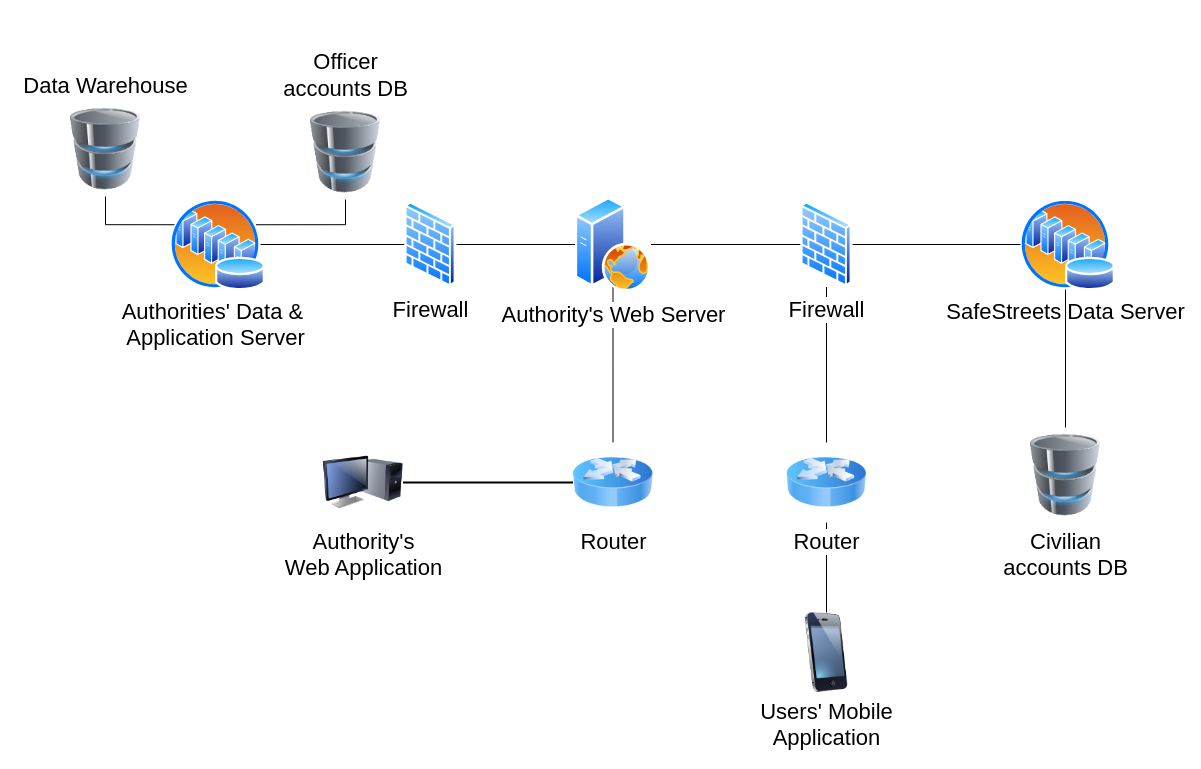
Earlier version of the draw.io diagram DD/Images/highlevel.drawio (marcuz1996/Software-Engineering-Project). Source tidied: cells renumbered, new cells numbered last; positions are measured from the earlier drawing's top-left corner, leaving out a move shared by most shapes. Both pictures are drawn from the tidied source at 100%, with x=0, y=0 at pixel (70, 101).
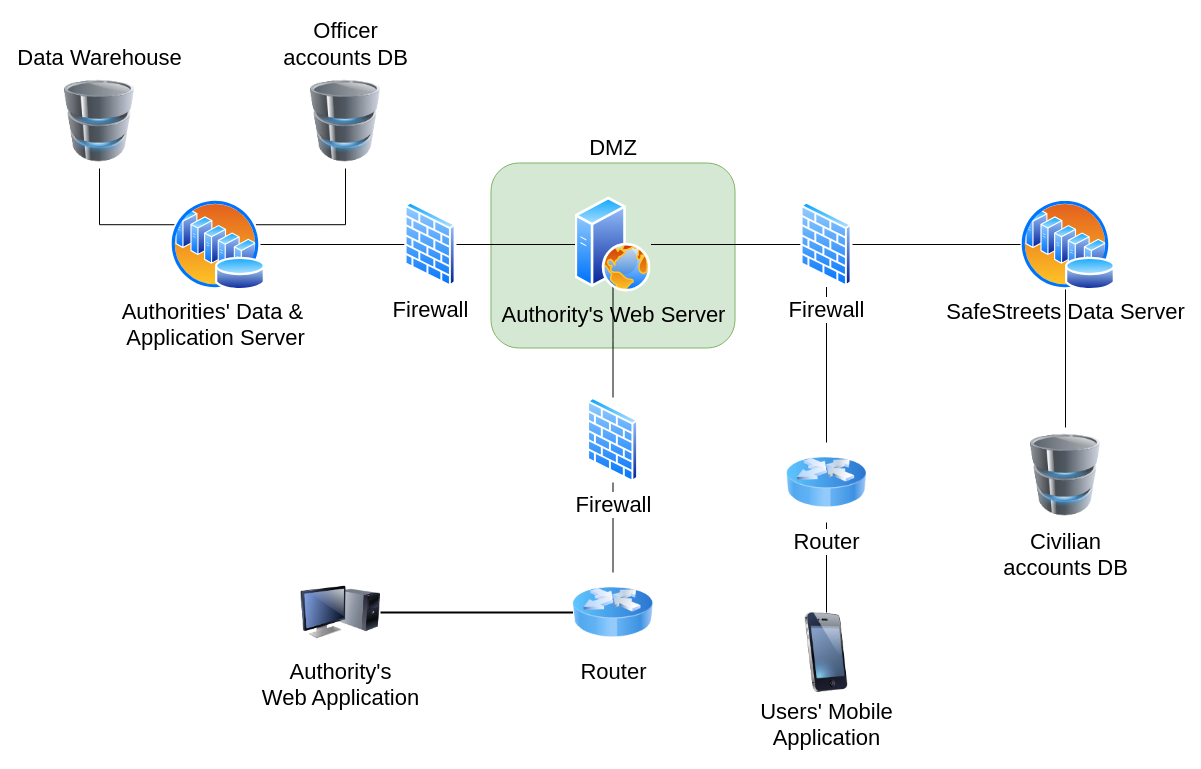
The same diagram, later.

Diff of the diagram source:
```diff
@@
+    <mxCell id="27" value="DMZ" style="rounded=1;whiteSpace=wrap;html=1;labelBackgroundColor=#FFFFFF;fillColor=#d5e8d4;strokeColor=#82b366;labelPosition=center;verticalLabelPosition=top;align=center;verticalAlign=bottom;fontSize=22;" parent="1" vertex="1">
+      <mxGeometry x="420.5" y="61.5" width="244" height="185" as="geometry" />
+    </mxCell>
-    <mxCell id="2" style="edgeStyle=orthogonalEdgeStyle;rounded=0;jettySize=auto;html=1;exitX=0.5;exitY=0;exitDx=0;exitDy=0;entryX=0.5;entryY=1;entryDx=0;entryDy=0;endArrow=none;endFill=0;" parent="1" edge="1" source="3">
+    <mxCell id="2" style="edgeStyle=orthogonalEdgeStyle;rounded=0;jettySize=auto;html=1;exitX=0.5;exitY=0;exitDx=0;exitDy=0;entryX=0.5;entryY=1;entryDx=0;entryDy=0;endArrow=none;endFill=0;" parent="1" edge="1" source="29">
       <mxGeometry relative="1" as="geometry">
         <mxPoint x="542.5" y="181.3" as="targetPoint" />
       </mxGeometry>
     </mxCell>
     <mxCell id="3" value="Router" style="image;html=1;labelBackgroundColor=#ffffff;image=img/lib/clip_art/networking/Router_Icon_128x128.png;shadow=0;fontFamily=Helvetica;fontSize=22;fontColor=#000000;align=center;strokeColor=#000000;strokeWidth=2;fillColor=#ffffff;" parent="1" vertex="1">
-      <mxGeometry x="502.5" y="341" width="80" height="80" as="geometry" />
+      <mxGeometry x="502.5" y="471" width="80" height="80" as="geometry" />
     </mxCell>
     <mxCell id="4" value="Authority's&lt;br&gt;Web Application" style="image;html=1;labelBackgroundColor=#ffffff;image=img/lib/clip_art/computers/Monitor_Tower_128x128.png;rounded=1;shadow=0;comic=0;strokeWidth=2;fontSize=22;" parent="1" vertex="1">
-      <mxGeometry x="252.5" y="341" width="80" height="80" as="geometry" />
+      <mxGeometry x="230" y="471" width="80" height="80" as="geometry" />
     </mxCell>
@@
-    <mxCell id="10" value="Authority's Web Server" style="perimeter=ellipsePerimeter;html=1;align=center;shadow=0;dashed=0;spacingTop=3;image;image=img/lib/active_directory/web_server.svg;fontSize=22;" parent="1" vertex="1">
-      <mxGeometry x="504.5" y="95" width="76" height="96" as="geometry" />
-    </mxCell>
     <mxCell id="11" value="Data Warehouse" style="image;html=1;labelBackgroundColor=none;image=img/lib/clip_art/computers/Database_128x128.png;fontSize=22;labelPosition=center;verticalLabelPosition=top;align=center;verticalAlign=bottom;" parent="1" vertex="1">
-      <mxGeometry width="70" height="95" as="geometry" />
+      <mxGeometry x="-6" y="-28" width="70" height="95" as="geometry" />
     </mxCell>
@@
     <mxCell id="19" value="Officer&lt;br&gt;accounts DB" style="image;html=1;labelBackgroundColor=none;image=img/lib/clip_art/computers/Database_128x128.png;fontSize=22;labelPosition=center;verticalLabelPosition=top;align=center;verticalAlign=bottom;" parent="1" vertex="1">
-      <mxGeometry x="240" y="3" width="70" height="95" as="geometry" />
+      <mxGeometry x="240" y="-28" width="70" height="95" as="geometry" />
     </mxCell>
@@
+    <mxCell id="28" style="edgeStyle=orthogonalEdgeStyle;rounded=0;jettySize=auto;html=1;exitX=0.5;exitY=0;exitDx=0;exitDy=0;entryX=0.5;entryY=1;entryDx=0;entryDy=0;endArrow=none;endFill=0;" parent="1" edge="1" source="3" target="29">
+      <mxGeometry relative="1" as="geometry" />
+    </mxCell>
+    <mxCell id="29" value="Firewall" style="perimeter=ellipsePerimeter;html=1;align=center;shadow=0;dashed=0;spacingTop=3;image;image=img/lib/active_directory/firewall.svg;fontSize=22;labelBackgroundColor=#FFFFFF;" parent="1" vertex="1">
+      <mxGeometry x="516.5" y="296" width="52" height="85" as="geometry" />
+    </mxCell>
+    <mxCell id="10" value="Authority's Web Server" style="perimeter=ellipsePerimeter;html=1;align=center;shadow=0;dashed=0;spacingTop=3;image;image=img/lib/active_directory/web_server.svg;fontSize=22;labelBackgroundColor=none;" parent="1" vertex="1">
+      <mxGeometry x="504.5" y="95" width="76" height="96" as="geometry" />
+    </mxCell>
```
